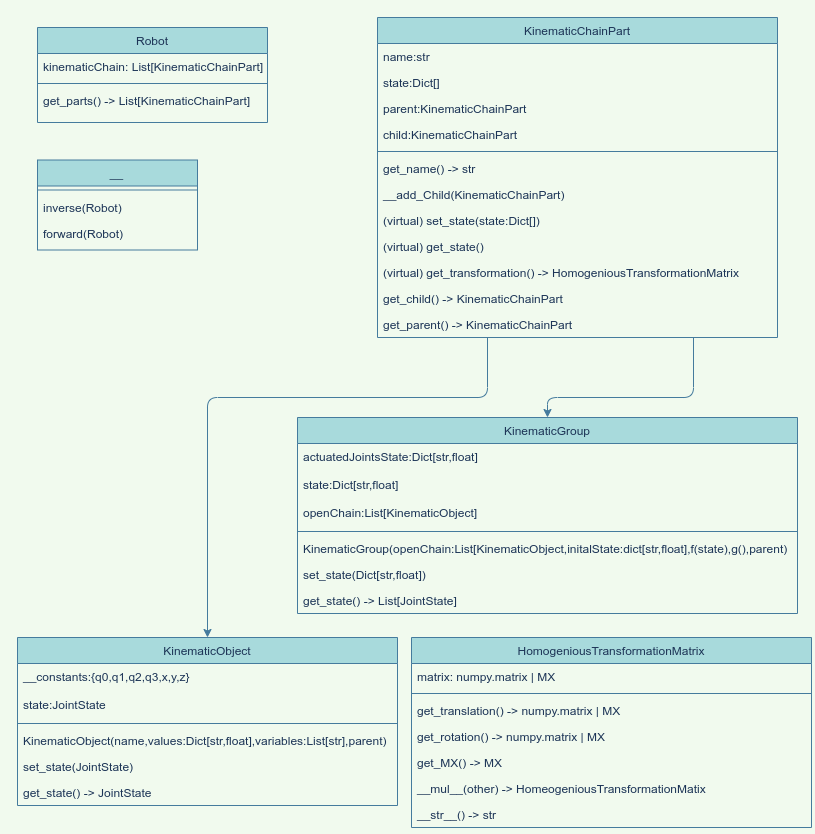
Above: docs/design/TriP.png in TriPed-Robot/trip_kinematics (draw.io), before the change. Source tidied: cells renumbered, new cells last; positions are measured from the earlier drawing's top-left corner, leaving out a move shared by most shapes.
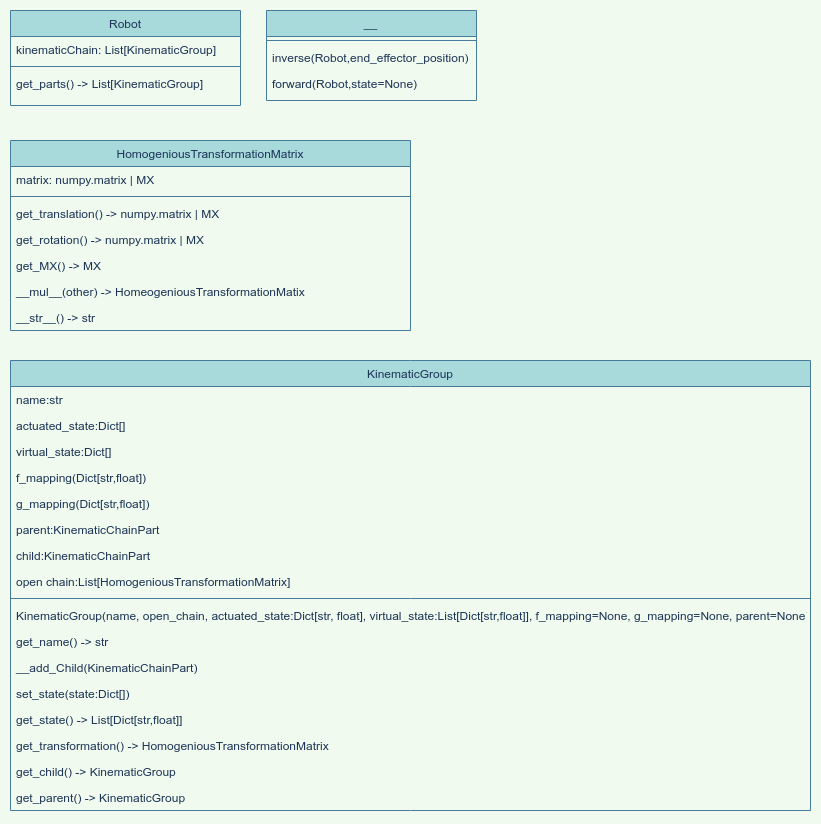
After the change.

Commit message:
Update class diagram

The edit, as a diff of the source:
```diff
@@ -3,133 +3,85 @@
     <mxCell id="0" />
     <mxCell id="1" parent="0" />
     <mxCell id="2" value="Robot&#10;" style="swimlane;fontStyle=0;align=center;verticalAlign=top;horizontal=1;startSize=26;shadow=0;strokeWidth=1;fillColor=#A8DADC;strokeColor=#457B9D;fontColor=#1D3557;" parent="1" vertex="1">
-      <mxGeometry x="20" y="10" width="230" height="95" as="geometry" />
+      <mxGeometry x="-6" y="10" width="230" height="95" as="geometry" />
     </mxCell>
-    <mxCell id="3" value="kinematicChain: List[KinematicChainPart]&#10;" style="text;align=left;verticalAlign=top;spacingLeft=4;spacingRight=4;overflow=hidden;fontColor=#1D3557;" parent="2" vertex="1">
+    <mxCell id="3" value="kinematicChain: List[KinematicGroup]&#10;" style="text;align=left;verticalAlign=top;spacingLeft=4;spacingRight=4;overflow=hidden;fontColor=#1D3557;" parent="2" vertex="1">
       <mxGeometry y="26" width="230" height="26" as="geometry" />
     </mxCell>
     <mxCell id="4" style="line;html=1;strokeWidth=1;align=left;verticalAlign=middle;spacingTop=-1;spacingLeft=3;spacingRight=3;labelPosition=right;fillColor=#A8DADC;strokeColor=#457B9D;fontColor=#1D3557;labelBackgroundColor=#F1FAEE;" parent="2" vertex="1">
       <mxGeometry y="52" width="230" height="8" as="geometry" />
     </mxCell>
-    <mxCell id="5" value="get_parts() -&gt; List[KinematicChainPart]" style="text;align=left;verticalAlign=top;spacingLeft=4;spacingRight=4;overflow=hidden;fontColor=#1D3557;" parent="2" vertex="1">
+    <mxCell id="5" value="get_parts() -&gt; List[KinematicGroup]" style="text;align=left;verticalAlign=top;spacingLeft=4;spacingRight=4;overflow=hidden;fontColor=#1D3557;" parent="2" vertex="1">
       <mxGeometry y="60" width="230" height="26" as="geometry" />
     </mxCell>
-    <mxCell id="6" value="KinematicGroup&#10;" style="swimlane;fontStyle=0;align=center;verticalAlign=top;horizontal=1;startSize=26;shadow=0;strokeWidth=1;fillColor=#A8DADC;strokeColor=#457B9D;fontColor=#1D3557;" parent="1" vertex="1">
-      <mxGeometry x="280" y="400" width="500" height="196" as="geometry" />
-    </mxCell>
-    <mxCell id="7" value="actuatedJointsState:Dict[str,float]" style="text;align=left;verticalAlign=top;spacingLeft=4;spacingRight=4;overflow=hidden;shadow=0;html=0;fontColor=#1D3557;" parent="6" vertex="1">
-      <mxGeometry y="26" width="500" height="28" as="geometry" />
-    </mxCell>
-    <mxCell id="8" value="state:Dict[str,float]" style="text;align=left;verticalAlign=top;spacingLeft=4;spacingRight=4;overflow=hidden;shadow=0;html=0;fontColor=#1D3557;" parent="6" vertex="1">
-      <mxGeometry y="54" width="500" height="28" as="geometry" />
-    </mxCell>
-    <mxCell id="9" value="openChain:List[KinematicObject]" style="text;align=left;verticalAlign=top;spacingLeft=4;spacingRight=4;overflow=hidden;shadow=0;html=0;fontColor=#1D3557;" parent="6" vertex="1">
-      <mxGeometry y="82" width="500" height="28" as="geometry" />
-    </mxCell>
-    <mxCell id="10" style="line;html=1;strokeWidth=1;align=left;verticalAlign=middle;spacingTop=-1;spacingLeft=3;spacingRight=3;labelPosition=right;fillColor=#A8DADC;strokeColor=#457B9D;fontColor=#1D3557;labelBackgroundColor=#F1FAEE;" parent="6" vertex="1">
-      <mxGeometry y="110" width="500" height="8" as="geometry" />
-    </mxCell>
-    <mxCell id="11" value="KinematicGroup(openChain:List[KinematicObject,initalState:dict[str,float],f(state),g(),parent)" style="text;align=left;verticalAlign=top;spacingLeft=4;spacingRight=4;overflow=hidden;fontColor=#1D3557;" parent="6" vertex="1">
-      <mxGeometry y="118" width="500" height="26" as="geometry" />
-    </mxCell>
-    <mxCell id="12" value="set_state(Dict[str,float])" style="text;align=left;verticalAlign=top;spacingLeft=4;spacingRight=4;overflow=hidden;fontColor=#1D3557;" parent="6" vertex="1">
-      <mxGeometry y="144" width="500" height="26" as="geometry" />
-    </mxCell>
-    <mxCell id="13" value="get_state() -&gt; List[JointState]" style="text;align=left;verticalAlign=top;spacingLeft=4;spacingRight=4;overflow=hidden;fontColor=#1D3557;" parent="6" vertex="1">
-      <mxGeometry y="170" width="500" height="26" as="geometry" />
-    </mxCell>
-    <mxCell id="14" value="KinematicObject&#10;" style="swimlane;fontStyle=0;align=center;verticalAlign=top;horizontal=1;startSize=26;shadow=0;strokeWidth=1;fillColor=#A8DADC;strokeColor=#457B9D;fontColor=#1D3557;" parent="1" vertex="1">
-      <mxGeometry y="620" width="380" height="168" as="geometry" />
-    </mxCell>
-    <mxCell id="15" value="__constants:{q0,q1,q2,q3,x,y,z}&#10;" style="text;align=left;verticalAlign=top;spacingLeft=4;spacingRight=4;overflow=hidden;shadow=0;html=0;fontColor=#1D3557;" parent="14" vertex="1">
-      <mxGeometry y="26" width="380" height="28" as="geometry" />
-    </mxCell>
-    <mxCell id="16" value="state:JointState" style="text;align=left;verticalAlign=top;spacingLeft=4;spacingRight=4;overflow=hidden;shadow=0;html=0;fontColor=#1D3557;" parent="14" vertex="1">
-      <mxGeometry y="54" width="380" height="28" as="geometry" />
-    </mxCell>
-    <mxCell id="17" style="line;html=1;strokeWidth=1;align=left;verticalAlign=middle;spacingTop=-1;spacingLeft=3;spacingRight=3;labelPosition=right;fillColor=#A8DADC;strokeColor=#457B9D;fontColor=#1D3557;labelBackgroundColor=#F1FAEE;" parent="14" vertex="1">
-      <mxGeometry y="82" width="380" height="8" as="geometry" />
-    </mxCell>
-    <mxCell id="18" value="KinematicObject(name,values:Dict[str,float],variables:List[str],parent)" style="text;align=left;verticalAlign=top;spacingLeft=4;spacingRight=4;overflow=hidden;fontColor=#1D3557;" parent="14" vertex="1">
-      <mxGeometry y="90" width="380" height="26" as="geometry" />
-    </mxCell>
-    <mxCell id="19" value="set_state(JointState)" style="text;align=left;verticalAlign=top;spacingLeft=4;spacingRight=4;overflow=hidden;fontColor=#1D3557;" parent="14" vertex="1">
-      <mxGeometry y="116" width="380" height="26" as="geometry" />
-    </mxCell>
-    <mxCell id="20" value="get_state() -&gt; JointState" style="text;align=left;verticalAlign=top;spacingLeft=4;spacingRight=4;overflow=hidden;fontColor=#1D3557;" parent="14" vertex="1">
-      <mxGeometry y="142" width="380" height="26" as="geometry" />
-    </mxCell>
     <mxCell id="21" value="__" style="swimlane;fontStyle=2;align=center;verticalAlign=top;horizontal=1;startSize=26;shadow=0;strokeWidth=1;fillColor=#A8DADC;strokeColor=#457B9D;fontColor=#1D3557;" parent="1" vertex="1">
-      <mxGeometry x="20" y="142.5" width="160" height="90" as="geometry" />
+      <mxGeometry x="250" y="10" width="210" height="90" as="geometry" />
     </mxCell>
     <mxCell id="22" style="line;html=1;strokeWidth=1;align=left;verticalAlign=middle;spacingTop=-1;spacingLeft=3;spacingRight=3;labelPosition=right;fillColor=#A8DADC;strokeColor=#457B9D;fontColor=#1D3557;labelBackgroundColor=#F1FAEE;" parent="21" vertex="1">
-      <mxGeometry y="26" width="160" height="8" as="geometry" />
+      <mxGeometry y="26" width="210" height="8" as="geometry" />
     </mxCell>
-    <mxCell id="23" value="inverse(Robot)" style="text;align=left;verticalAlign=top;spacingLeft=4;spacingRight=4;overflow=hidden;fontColor=#1D3557;" parent="21" vertex="1">
-      <mxGeometry y="34" width="160" height="26" as="geometry" />
+    <mxCell id="23" value="inverse(Robot,end_effector_position)" style="text;align=left;verticalAlign=top;spacingLeft=4;spacingRight=4;overflow=hidden;fontColor=#1D3557;" parent="21" vertex="1">
+      <mxGeometry y="34" width="210" height="26" as="geometry" />
     </mxCell>
-    <mxCell id="24" value="forward(Robot)" style="text;align=left;verticalAlign=top;spacingLeft=4;spacingRight=4;overflow=hidden;fontColor=#1D3557;" parent="21" vertex="1">
-      <mxGeometry y="60" width="160" height="26" as="geometry" />
+    <mxCell id="24" value="forward(Robot,state=None)" style="text;align=left;verticalAlign=top;spacingLeft=4;spacingRight=4;overflow=hidden;fontColor=#1D3557;" parent="21" vertex="1">
+      <mxGeometry y="60" width="210" height="26" as="geometry" />
     </mxCell>
-    <mxCell id="25" value="KinematicChainPart" style="swimlane;fontStyle=0;align=center;verticalAlign=top;horizontal=1;startSize=26;shadow=0;strokeWidth=1;fillColor=#A8DADC;strokeColor=#457B9D;fontColor=#1D3557;" parent="1" vertex="1">
-      <mxGeometry x="360" width="400" height="320" as="geometry" />
+    <mxCell id="25" value="KinematicGroup" style="swimlane;fontStyle=0;align=center;verticalAlign=top;horizontal=1;startSize=26;shadow=0;strokeWidth=1;fillColor=#A8DADC;strokeColor=#457B9D;fontColor=#1D3557;" parent="1" vertex="1">
+      <mxGeometry x="-6" y="360" width="800" height="450" as="geometry" />
     </mxCell>
     <mxCell id="26" value="name:str" style="text;align=left;verticalAlign=top;spacingLeft=4;spacingRight=4;overflow=hidden;fontColor=#1D3557;" parent="25" vertex="1">
-      <mxGeometry y="26" width="400" height="26" as="geometry" />
+      <mxGeometry y="26" width="800" height="26" as="geometry" />
     </mxCell>
-    <mxCell id="27" value="state:Dict[]" style="text;align=left;verticalAlign=top;spacingLeft=4;spacingRight=4;overflow=hidden;fontColor=#1D3557;" parent="25" vertex="1">
-      <mxGeometry y="52" width="400" height="26" as="geometry" />
+    <mxCell id="27" value="actuated_state:Dict[]" style="text;align=left;verticalAlign=top;spacingLeft=4;spacingRight=4;overflow=hidden;fontColor=#1D3557;" parent="25" vertex="1">
+      <mxGeometry y="52" width="800" height="26" as="geometry" />
     </mxCell>
+    <mxCell id="48" value="virtual_state:Dict[]" style="text;align=left;verticalAlign=top;spacingLeft=4;spacingRight=4;overflow=hidden;fontColor=#1D3557;" parent="25" vertex="1">
+      <mxGeometry y="78" width="800" height="26" as="geometry" />
+    </mxCell>
+    <mxCell id="49" value="f_mapping(Dict[str,float])" style="text;align=left;verticalAlign=top;spacingLeft=4;spacingRight=4;overflow=hidden;fontColor=#1D3557;" parent="25" vertex="1">
+      <mxGeometry y="104" width="800" height="26" as="geometry" />
+    </mxCell>
+    <mxCell id="29" value="g_mapping(Dict[str,float])" style="text;align=left;verticalAlign=top;spacingLeft=4;spacingRight=4;overflow=hidden;fontColor=#1D3557;" parent="25" vertex="1">
+      <mxGeometry y="130" width="800" height="26" as="geometry" />
+    </mxCell>
     <mxCell id="28" value="parent:KinematicChainPart" style="text;align=left;verticalAlign=top;spacingLeft=4;spacingRight=4;overflow=hidden;fontColor=#1D3557;" parent="25" vertex="1">
-      <mxGeometry y="78" width="400" height="26" as="geometry" />
+      <mxGeometry y="156" width="800" height="26" as="geometry" />
     </mxCell>
-    <mxCell id="29" value="child:KinematicChainPart" style="text;align=left;verticalAlign=top;spacingLeft=4;spacingRight=4;overflow=hidden;fontColor=#1D3557;" parent="25" vertex="1">
-      <mxGeometry y="104" width="400" height="26" as="geometry" />
-    </mxCell>
+    <mxCell id="50" value="child:KinematicChainPart" style="text;align=left;verticalAlign=top;spacingLeft=4;spacingRight=4;overflow=hidden;fontColor=#1D3557;" parent="25" vertex="1">
+      <mxGeometry y="182" width="800" height="26" as="geometry" />
+    </mxCell>
+    <mxCell id="51" value="open chain:List[HomogeniousTransformationMatrix]" style="text;align=left;verticalAlign=top;spacingLeft=4;spacingRight=4;overflow=hidden;fontColor=#1D3557;" parent="25" vertex="1">
+      <mxGeometry y="208" width="800" height="26" as="geometry" />
+    </mxCell>
     <mxCell id="30" style="line;html=1;strokeWidth=1;align=left;verticalAlign=middle;spacingTop=-1;spacingLeft=3;spacingRight=3;labelPosition=right;fillColor=#A8DADC;strokeColor=#457B9D;fontColor=#1D3557;labelBackgroundColor=#F1FAEE;" parent="25" vertex="1">
-      <mxGeometry y="130" width="400" height="8" as="geometry" />
+      <mxGeometry y="234" width="800" height="8" as="geometry" />
     </mxCell>
+    <mxCell id="52" value="KinematicGroup(name, open_chain, actuated_state:Dict[str, float], virtual_state:List[Dict[str,float]], f_mapping=None, g_mapping=None, parent=None)" style="text;align=left;verticalAlign=top;spacingLeft=4;spacingRight=4;overflow=hidden;fontColor=#1D3557;" parent="25" vertex="1">
+      <mxGeometry y="242" width="800" height="26" as="geometry" />
+    </mxCell>
     <mxCell id="31" value="get_name() -&gt; str" style="text;align=left;verticalAlign=top;spacingLeft=4;spacingRight=4;overflow=hidden;fontColor=#1D3557;" parent="25" vertex="1">
-      <mxGeometry y="138" width="400" height="26" as="geometry" />
+      <mxGeometry y="268" width="800" height="26" as="geometry" />
     </mxCell>
     <mxCell id="32" value="__add_Child(KinematicChainPart)" style="text;align=left;verticalAlign=top;spacingLeft=4;spacingRight=4;overflow=hidden;fontColor=#1D3557;" parent="25" vertex="1">
-      <mxGeometry y="164" width="400" height="26" as="geometry" />
+      <mxGeometry y="294" width="800" height="26" as="geometry" />
     </mxCell>
-    <mxCell id="33" value="(virtual) set_state(state:Dict[])" style="text;align=left;verticalAlign=top;spacingLeft=4;spacingRight=4;overflow=hidden;fontColor=#1D3557;" parent="25" vertex="1">
-      <mxGeometry y="190" width="400" height="26" as="geometry" />
+    <mxCell id="33" value="set_state(state:Dict[])" style="text;align=left;verticalAlign=top;spacingLeft=4;spacingRight=4;overflow=hidden;fontColor=#1D3557;" parent="25" vertex="1">
+      <mxGeometry y="320" width="800" height="26" as="geometry" />
     </mxCell>
-    <mxCell id="34" value="(virtual) get_state()" style="text;align=left;verticalAlign=top;spacingLeft=4;spacingRight=4;overflow=hidden;fontColor=#1D3557;" parent="25" vertex="1">
-      <mxGeometry y="216" width="400" height="26" as="geometry" />
+    <mxCell id="34" value="get_state() -&gt; List[Dict[str,float]]" style="text;align=left;verticalAlign=top;spacingLeft=4;spacingRight=4;overflow=hidden;fontColor=#1D3557;" parent="25" vertex="1">
+      <mxGeometry y="346" width="800" height="26" as="geometry" />
     </mxCell>
-    <mxCell id="35" value="(virtual) get_transformation() -&gt; HomogeniousTransformationMatrix" style="text;align=left;verticalAlign=top;spacingLeft=4;spacingRight=4;overflow=hidden;fontColor=#1D3557;" parent="25" vertex="1">
-      <mxGeometry y="242" width="400" height="26" as="geometry" />
+    <mxCell id="35" value="get_transformation() -&gt; HomogeniousTransformationMatrix" style="text;align=left;verticalAlign=top;spacingLeft=4;spacingRight=4;overflow=hidden;fontColor=#1D3557;" parent="25" vertex="1">
+      <mxGeometry y="372" width="800" height="26" as="geometry" />
     </mxCell>
-    <mxCell id="36" value="get_child() -&gt; KinematicChainPart" style="text;align=left;verticalAlign=top;spacingLeft=4;spacingRight=4;overflow=hidden;fontColor=#1D3557;" parent="25" vertex="1">
-      <mxGeometry y="268" width="400" height="26" as="geometry" />
+    <mxCell id="36" value="get_child() -&gt; KinematicGroup" style="text;align=left;verticalAlign=top;spacingLeft=4;spacingRight=4;overflow=hidden;fontColor=#1D3557;" parent="25" vertex="1">
+      <mxGeometry y="398" width="800" height="26" as="geometry" />
     </mxCell>
-    <mxCell id="37" value="get_parent() -&gt; KinematicChainPart" style="text;align=left;verticalAlign=top;spacingLeft=4;spacingRight=4;overflow=hidden;fontColor=#1D3557;" parent="25" vertex="1">
-      <mxGeometry y="294" width="400" height="26" as="geometry" />
+    <mxCell id="37" value="get_parent() -&gt; KinematicGroup" style="text;align=left;verticalAlign=top;spacingLeft=4;spacingRight=4;overflow=hidden;fontColor=#1D3557;" parent="25" vertex="1">
+      <mxGeometry y="424" width="800" height="26" as="geometry" />
     </mxCell>
-    <mxCell id="38" style="endArrow=classic;html=1;strokeColor=#457B9D;fontColor=#1D3557;labelBackgroundColor=#F1FAEE;entryX=0.5;entryY=0;entryDx=0;entryDy=0;" parent="1" edge="1" target="14">
-      <mxGeometry relative="1" as="geometry">
-        <mxPoint x="470" y="320" as="sourcePoint" />
-        <Array as="points">
-          <mxPoint x="470" y="380" />
-          <mxPoint x="190" y="380" />
-        </Array>
-      </mxGeometry>
-    </mxCell>
-    <mxCell id="39" style="endArrow=classic;html=1;strokeColor=#457B9D;fontColor=#1D3557;labelBackgroundColor=#F1FAEE;entryX=0.5;entryY=0;entryDx=0;entryDy=0;" parent="1" edge="1" target="6">
-      <mxGeometry relative="1" as="geometry">
-        <mxPoint x="676" y="320" as="sourcePoint" />
-        <Array as="points">
-          <mxPoint x="676" y="380" />
-          <mxPoint x="530" y="380" />
-        </Array>
-      </mxGeometry>
-    </mxCell>
     <mxCell id="40" value="HomogeniousTransformationMatrix" style="swimlane;fontStyle=0;align=center;verticalAlign=top;horizontal=1;startSize=26;shadow=0;strokeWidth=1;fillColor=#A8DADC;strokeColor=#457B9D;fontColor=#1D3557;" parent="1" vertex="1">
-      <mxGeometry x="394" y="620" width="400" height="190" as="geometry" />
+      <mxGeometry x="-6" y="140" width="400" height="190" as="geometry" />
     </mxCell>
     <mxCell id="41" value="matrix: numpy.matrix | MX" style="text;align=left;verticalAlign=top;spacingLeft=4;spacingRight=4;overflow=hidden;fontColor=#1D3557;" parent="40" vertex="1">
       <mxGeometry y="26" width="400" height="26" as="geometry" />
```
